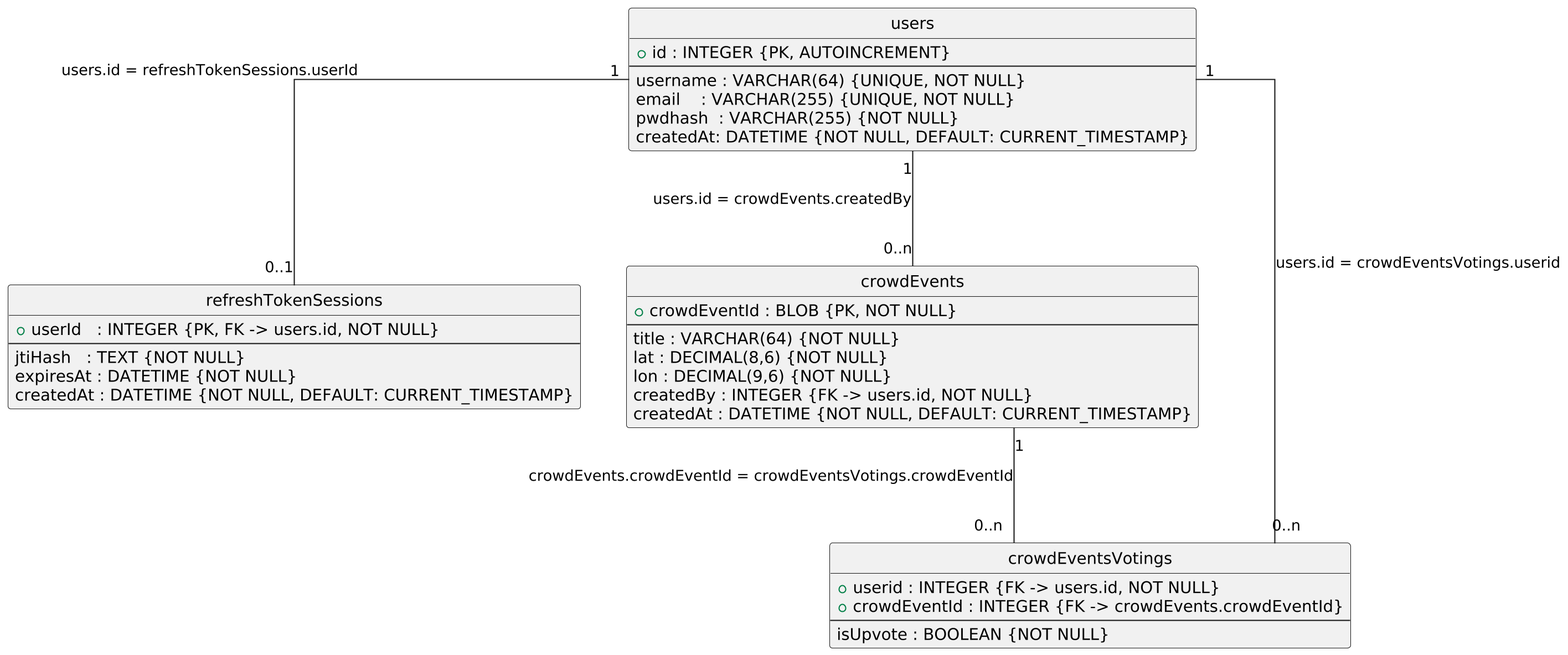
This is docs/ER/backend_er.png from EinfachNiklas/CrowdMap, a PlantUML export, as it was before one commit.
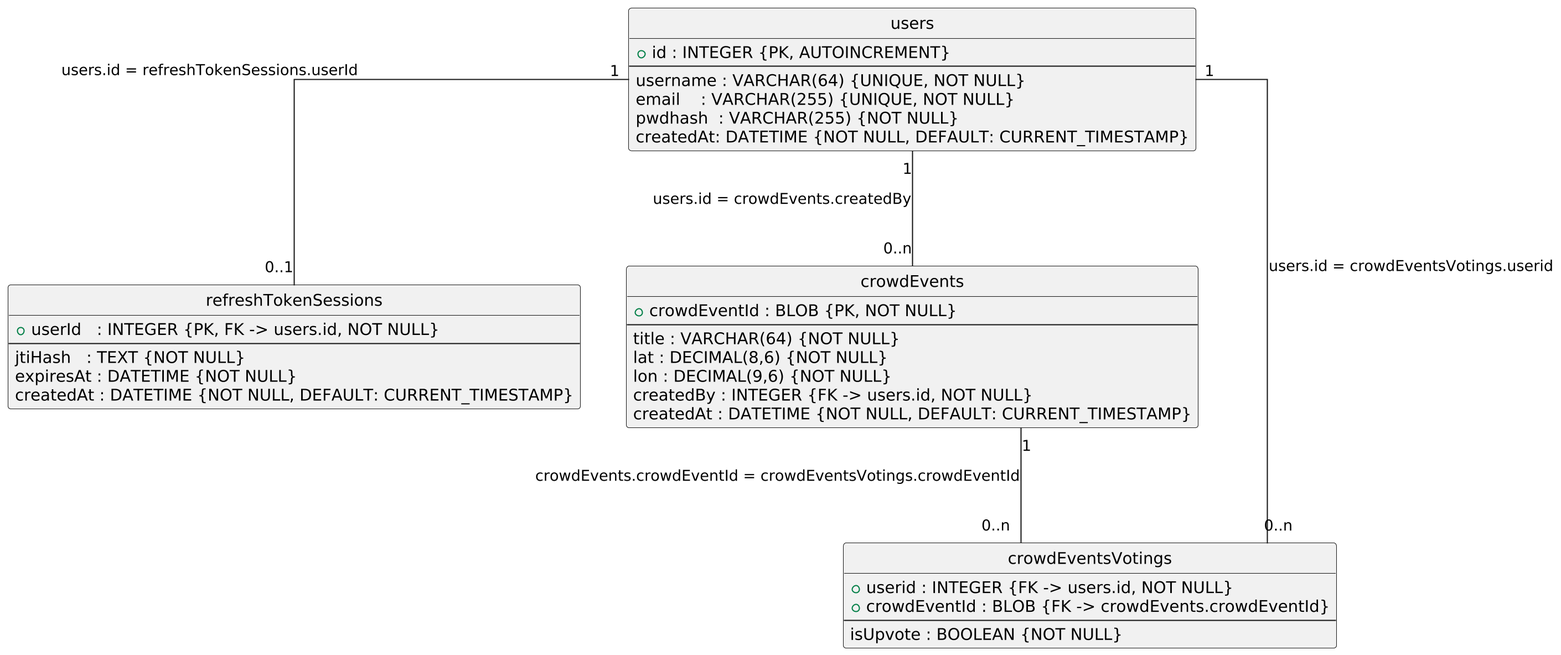
After the commit.

What changed in the source:
```diff
@@ -34,7 +34,7 @@
 
 entity "crowdEventsVotings" as cev {
 + userid : INTEGER {FK -> users.id, NOT NULL}
-+ crowdEventId : INTEGER {FK -> crowdEvents.crowdEventId}
++ crowdEventId : BLOB {FK -> crowdEvents.crowdEventId}
 --
 isUpvote : BOOLEAN {NOT NULL}
 }
```
